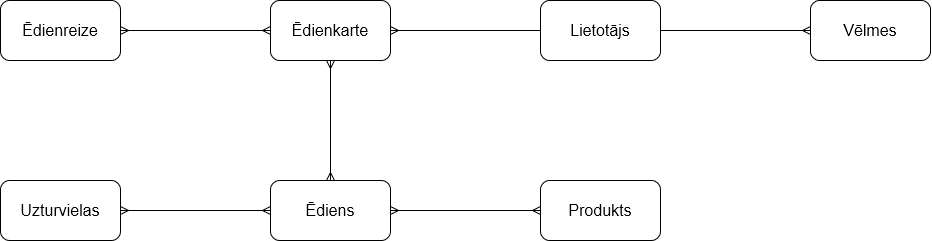
The draw.io diagram images/konceptu_modelis.png in kirilsbondars/diet-app, before a commit. Source tidied: cells renumbered, new cells last; positions are measured from the earlier drawing's top-left corner, leaving out a move shared by most shapes. The source it was exported from:
```xml
<mxGraphModel>
  <root>
    <mxCell id="0" />
    <mxCell id="1" parent="0" />
    <mxCell id="2" style="edgeStyle=orthogonalEdgeStyle;rounded=0;jettySize=auto;html=1;endArrow=ERmany;endFill=0;" parent="1" edge="1" source="3" target="12">
      <mxGeometry relative="1" as="geometry" />
    </mxCell>
    <mxCell id="3" value="Lietotājs" style="rounded=1;whiteSpace=wrap;html=1;fontSize=16;" parent="1" vertex="1">
      <mxGeometry x="540" width="120" height="60" as="geometry" />
    </mxCell>
    <mxCell id="4" style="edgeStyle=orthogonalEdgeStyle;rounded=0;jettySize=auto;html=1;entryX=1;entryY=0.5;entryDx=0;entryDy=0;endArrow=ERmany;endFill=0;startArrow=ERmany;startFill=0;" parent="1" edge="1" source="5" target="14">
      <mxGeometry relative="1" as="geometry" />
    </mxCell>
    <mxCell id="5" value="Ēdiens" style="rounded=1;whiteSpace=wrap;html=1;fontSize=16;" parent="1" vertex="1">
      <mxGeometry x="270" y="180" width="120" height="60" as="geometry" />
    </mxCell>
    <mxCell id="6" style="edgeStyle=orthogonalEdgeStyle;rounded=0;jettySize=auto;html=1;exitX=0.5;exitY=1;exitDx=0;exitDy=0;entryX=0.5;entryY=0;entryDx=0;entryDy=0;endArrow=ERmany;endFill=0;startArrow=ERmany;startFill=0;" parent="1" edge="1" source="8" target="5">
      <mxGeometry relative="1" as="geometry" />
    </mxCell>
    <mxCell id="7" style="edgeStyle=orthogonalEdgeStyle;rounded=0;jettySize=auto;html=1;endArrow=ERmany;endFill=0;startArrow=ERmany;startFill=0;" parent="1" edge="1" source="8" target="13">
      <mxGeometry relative="1" as="geometry" />
    </mxCell>
    <mxCell id="8" value="Ēdienkarte" style="rounded=1;whiteSpace=wrap;html=1;fontSize=16;" parent="1" vertex="1">
      <mxGeometry x="270" width="120" height="60" as="geometry" />
    </mxCell>
    <mxCell id="9" value="Produkts" style="rounded=1;whiteSpace=wrap;html=1;fontSize=16;" parent="1" vertex="1">
      <mxGeometry x="540" y="180" width="120" height="60" as="geometry" />
    </mxCell>
    <mxCell id="10" style="edgeStyle=entityRelationEdgeStyle;fontSize=12;html=1;endArrow=ERmany;startArrow=ERmany;rounded=0;exitX=1;exitY=0.5;exitDx=0;exitDy=0;entryX=0;entryY=0.5;entryDx=0;entryDy=0;" parent="1" edge="1" source="5" target="9">
      <mxGeometry relative="1" as="geometry" />
    </mxCell>
    <mxCell id="11" style="edgeStyle=orthogonalEdgeStyle;rounded=0;jettySize=auto;html=1;exitX=0;exitY=0.5;exitDx=0;exitDy=0;entryX=1;entryY=0.5;entryDx=0;entryDy=0;endArrow=ERmany;endFill=0;startArrow=none;startFill=0;" parent="1" edge="1" source="3" target="8">
      <mxGeometry relative="1" as="geometry" />
    </mxCell>
    <mxCell id="12" value="Vēlmes" style="whiteSpace=wrap;html=1;fontSize=16;rounded=1;" parent="1" vertex="1">
      <mxGeometry x="810" width="120" height="60" as="geometry" />
    </mxCell>
    <mxCell id="13" value="Ēdienreize" style="whiteSpace=wrap;html=1;fontSize=16;rounded=1;" parent="1" vertex="1">
      <mxGeometry width="120" height="60" as="geometry" />
    </mxCell>
    <mxCell id="14" value="Uzturvielas" style="whiteSpace=wrap;html=1;fontSize=16;rounded=1;" parent="1" vertex="1">
      <mxGeometry y="180" width="120" height="60" as="geometry" />
    </mxCell>
  </root>
</mxGraphModel>
```
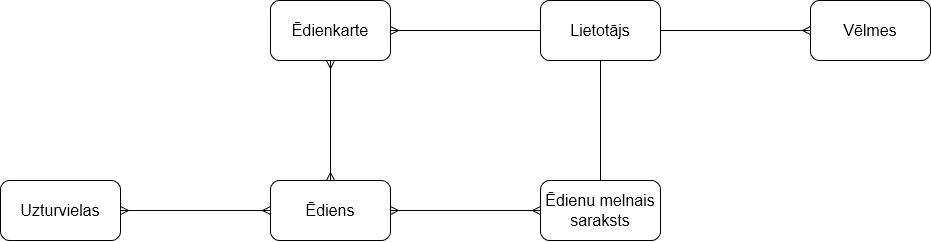
The same diagram one commit later.

Diff of the diagram source:
```diff
@@ -1,45 +1,42 @@
-<mxGraphModel>
+<mxGraphModel background="#FFFFFF">
   <root>
     <mxCell id="0" />
     <mxCell id="1" parent="0" />
-    <mxCell id="2" style="edgeStyle=orthogonalEdgeStyle;rounded=0;jettySize=auto;html=1;endArrow=ERmany;endFill=0;" parent="1" edge="1" source="3" target="12">
+    <mxCell id="2" style="edgeStyle=orthogonalEdgeStyle;rounded=1;jettySize=auto;html=1;endArrow=ERmany;endFill=0;labelBackgroundColor=none;fontColor=default;" parent="1" edge="1" source="3" target="12">
       <mxGeometry relative="1" as="geometry" />
     </mxCell>
+    <mxCell id="15" style="edgeStyle=orthogonalEdgeStyle;rounded=1;jettySize=auto;html=1;entryX=0.5;entryY=0;entryDx=0;entryDy=0;endArrow=none;endFill=0;labelBackgroundColor=none;fontColor=default;" parent="1" edge="1" source="3" target="17">
+      <mxGeometry relative="1" as="geometry" />
+    </mxCell>
-    <mxCell id="3" value="Lietotājs" style="rounded=1;whiteSpace=wrap;html=1;fontSize=16;" parent="1" vertex="1">
+    <mxCell id="3" value="Lietotājs" style="rounded=1;whiteSpace=wrap;html=1;fontSize=16;labelBackgroundColor=none;" parent="1" vertex="1">
       <mxGeometry x="540" width="120" height="60" as="geometry" />
     </mxCell>
-    <mxCell id="4" style="edgeStyle=orthogonalEdgeStyle;rounded=0;jettySize=auto;html=1;entryX=1;entryY=0.5;entryDx=0;entryDy=0;endArrow=ERmany;endFill=0;startArrow=ERmany;startFill=0;" parent="1" edge="1" source="5" target="14">
+    <mxCell id="4" style="edgeStyle=orthogonalEdgeStyle;rounded=1;jettySize=auto;html=1;entryX=1;entryY=0.5;entryDx=0;entryDy=0;endArrow=ERmany;endFill=0;startArrow=ERmany;startFill=0;labelBackgroundColor=none;fontColor=default;" parent="1" edge="1" source="5" target="14">
       <mxGeometry relative="1" as="geometry" />
     </mxCell>
+    <mxCell id="16" style="edgeStyle=orthogonalEdgeStyle;rounded=1;jettySize=auto;html=1;entryX=0;entryY=0.5;entryDx=0;entryDy=0;endArrow=ERmany;endFill=0;startArrow=ERmany;startFill=0;labelBackgroundColor=none;fontColor=default;" parent="1" edge="1" source="5" target="17">
+      <mxGeometry relative="1" as="geometry" />
+    </mxCell>
-    <mxCell id="5" value="Ēdiens" style="rounded=1;whiteSpace=wrap;html=1;fontSize=16;" parent="1" vertex="1">
+    <mxCell id="5" value="Ēdiens" style="rounded=1;whiteSpace=wrap;html=1;fontSize=16;labelBackgroundColor=none;" parent="1" vertex="1">
       <mxGeometry x="270" y="180" width="120" height="60" as="geometry" />
     </mxCell>
-    <mxCell id="6" style="edgeStyle=orthogonalEdgeStyle;rounded=0;jettySize=auto;html=1;exitX=0.5;exitY=1;exitDx=0;exitDy=0;entryX=0.5;entryY=0;entryDx=0;entryDy=0;endArrow=ERmany;endFill=0;startArrow=ERmany;startFill=0;" parent="1" edge="1" source="8" target="5">
+    <mxCell id="6" style="edgeStyle=orthogonalEdgeStyle;rounded=1;jettySize=auto;html=1;exitX=0.5;exitY=1;exitDx=0;exitDy=0;entryX=0.5;entryY=0;entryDx=0;entryDy=0;endArrow=ERmany;endFill=0;startArrow=ERmany;startFill=0;labelBackgroundColor=none;fontColor=default;" parent="1" edge="1" source="8" target="5">
       <mxGeometry relative="1" as="geometry" />
     </mxCell>
-    <mxCell id="7" style="edgeStyle=orthogonalEdgeStyle;rounded=0;jettySize=auto;html=1;endArrow=ERmany;endFill=0;startArrow=ERmany;startFill=0;" parent="1" edge="1" source="8" target="13">
-      <mxGeometry relative="1" as="geometry" />
-    </mxCell>
-    <mxCell id="8" value="Ēdienkarte" style="rounded=1;whiteSpace=wrap;html=1;fontSize=16;" parent="1" vertex="1">
+    <mxCell id="8" value="Ēdienkarte" style="rounded=1;whiteSpace=wrap;html=1;fontSize=16;labelBackgroundColor=none;" parent="1" vertex="1">
       <mxGeometry x="270" width="120" height="60" as="geometry" />
     </mxCell>
-    <mxCell id="9" value="Produkts" style="rounded=1;whiteSpace=wrap;html=1;fontSize=16;" parent="1" vertex="1">
-      <mxGeometry x="540" y="180" width="120" height="60" as="geometry" />
-    </mxCell>
-    <mxCell id="10" style="edgeStyle=entityRelationEdgeStyle;fontSize=12;html=1;endArrow=ERmany;startArrow=ERmany;rounded=0;exitX=1;exitY=0.5;exitDx=0;exitDy=0;entryX=0;entryY=0.5;entryDx=0;entryDy=0;" parent="1" edge="1" source="5" target="9">
-      <mxGeometry relative="1" as="geometry" />
-    </mxCell>
-    <mxCell id="11" style="edgeStyle=orthogonalEdgeStyle;rounded=0;jettySize=auto;html=1;exitX=0;exitY=0.5;exitDx=0;exitDy=0;entryX=1;entryY=0.5;entryDx=0;entryDy=0;endArrow=ERmany;endFill=0;startArrow=none;startFill=0;" parent="1" edge="1" source="3" target="8">
+    <mxCell id="11" style="edgeStyle=orthogonalEdgeStyle;rounded=1;jettySize=auto;html=1;exitX=0;exitY=0.5;exitDx=0;exitDy=0;entryX=1;entryY=0.5;entryDx=0;entryDy=0;endArrow=ERmany;endFill=0;startArrow=none;startFill=0;labelBackgroundColor=none;fontColor=default;" parent="1" edge="1" source="3" target="8">
       <mxGeometry relative="1" as="geometry" />
     </mxCell>
-    <mxCell id="12" value="Vēlmes" style="whiteSpace=wrap;html=1;fontSize=16;rounded=1;" parent="1" vertex="1">
+    <mxCell id="12" value="Vēlmes" style="whiteSpace=wrap;html=1;fontSize=16;rounded=1;labelBackgroundColor=none;" parent="1" vertex="1">
       <mxGeometry x="810" width="120" height="60" as="geometry" />
     </mxCell>
-    <mxCell id="13" value="Ēdienreize" style="whiteSpace=wrap;html=1;fontSize=16;rounded=1;" parent="1" vertex="1">
-      <mxGeometry width="120" height="60" as="geometry" />
-    </mxCell>
-    <mxCell id="14" value="Uzturvielas" style="whiteSpace=wrap;html=1;fontSize=16;rounded=1;" parent="1" vertex="1">
+    <mxCell id="14" value="Uzturvielas" style="whiteSpace=wrap;html=1;fontSize=16;rounded=1;labelBackgroundColor=none;" parent="1" vertex="1">
       <mxGeometry y="180" width="120" height="60" as="geometry" />
     </mxCell>
+    <mxCell id="17" value="Ēdienu melnais saraksts" style="rounded=1;whiteSpace=wrap;html=1;fontSize=16;labelBackgroundColor=none;" parent="1" vertex="1">
+      <mxGeometry x="540" y="180" width="120" height="60" as="geometry" />
+    </mxCell>
   </root>
 </mxGraphModel>
```
